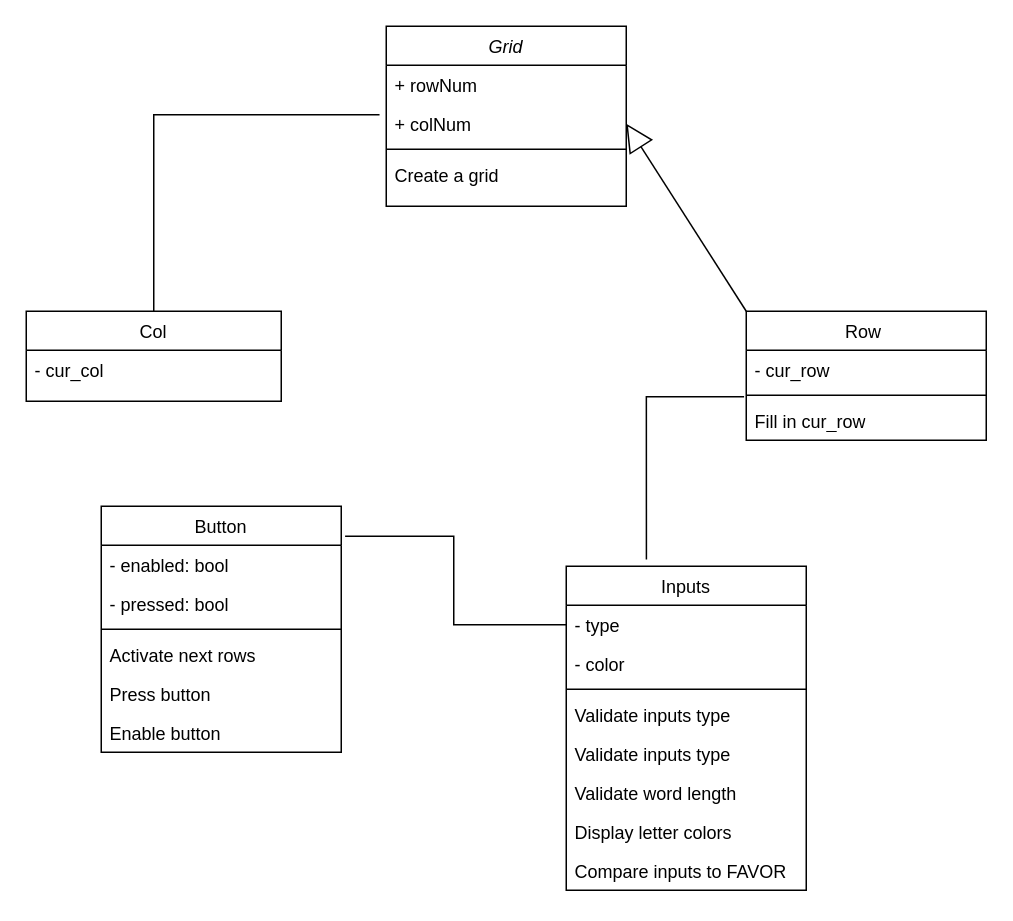
This is wordle_copy.drawio from koifishnatalie/wordle_cosc4353, a draw.io file, before an edit. Source tidied: cells renumbered, new cells numbered last; positions are measured from the earlier drawing's top-left corner, leaving out a move shared by most shapes. Both pictures are drawn from the tidied source at 150%, with x=0, y=0 at pixel (26, 26).
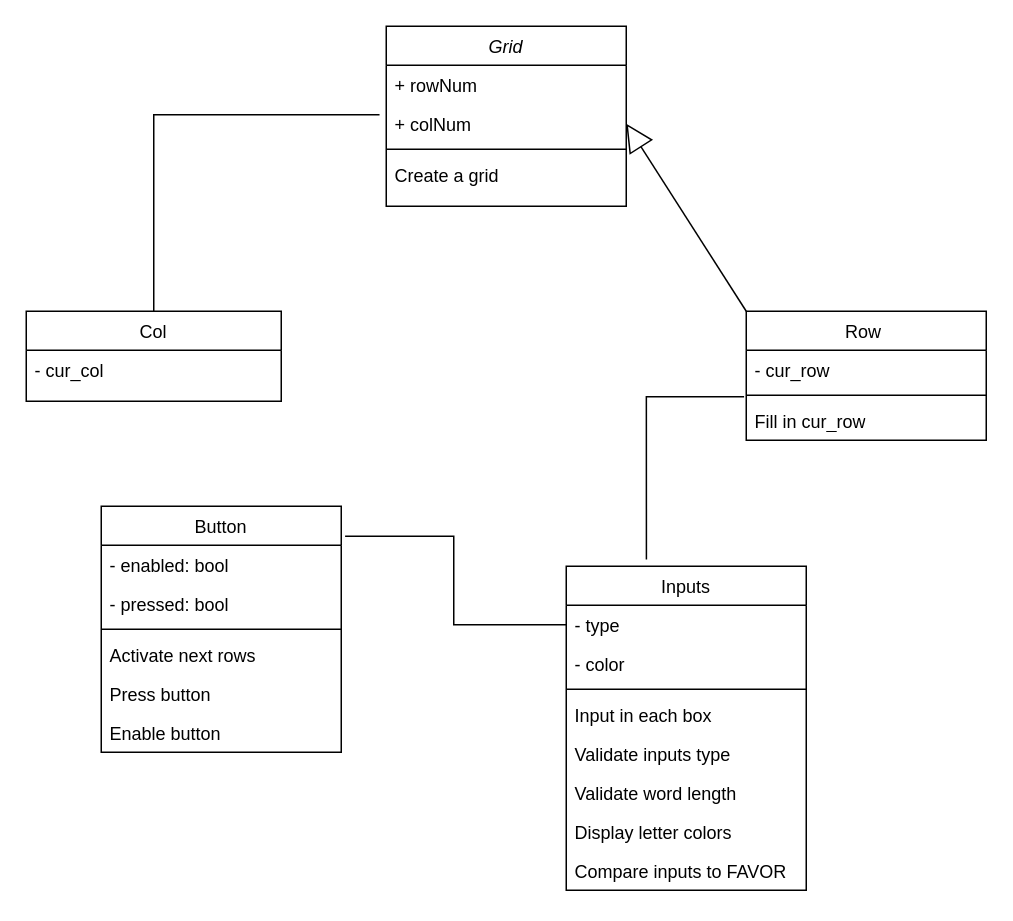
Above is the later version.

Unchanged cells that the change refers to:
```xml
<mxCell id="18" value="Inputs" style="swimlane;fontStyle=0;align=center;verticalAlign=top;horizontal=1;startSize=26;rounded=0;shadow=0;strokeWidth=1;" parent="1" vertex="1">
  <mxGeometry x="360" y="360" width="160" height="216" as="geometry" />
</mxCell>
```

Change to the diagram source:
```diff
@@
-    <mxCell id="22" value="Validate inputs type" style="text;align=left;verticalAlign=top;spacingLeft=4;spacingRight=4;overflow=hidden;" parent="18" vertex="1">
+    <mxCell id="22" value="Input in each box" style="text;align=left;verticalAlign=top;spacingLeft=4;spacingRight=4;overflow=hidden;" parent="18" vertex="1">
       <mxGeometry y="86" width="160" height="26" as="geometry" />
     </mxCell>
```
